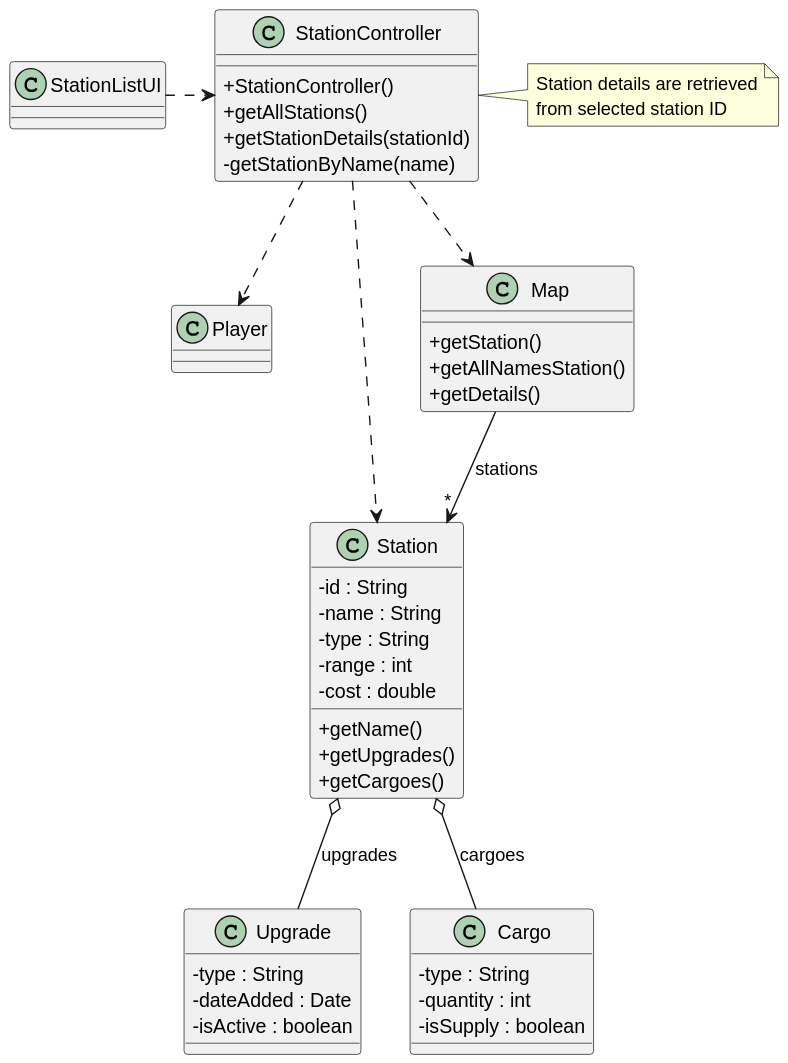
Earlier version of the PlantUML export docs/system-documentation/US007/03.design/svg/US007-CD.svg (1240826/empire-on-tracks). Its diagram source:
```plantuml
@startuml
skinparam packageStyle rectangle
skinparam shadowing false
skinparam linetype polyline

skinparam classAttributeIconSize 0


class Player {
}

class Station {
    - id : String
    - name : String
    - type : String
    - range : int
    - cost : double

    + getName()
    + getUpgrades()
    + getCargoes()
}

class Upgrade {
    - type : String
    - dateAdded : Date
    - isActive : boolean
}

class Cargo {
    - type : String
    - quantity : int
    - isSupply : boolean
}

class Map {
    + getStation()
    + getAllNamesStation()
    + getDetails()
}


class StationController {
    + StationController()
    + getAllStations()
    + getStationDetails(stationId)
    - getStationByName(name)
}

note right of StationController
    Station details are retrieved
    from selected station ID
end note



class StationListUI {
}

StationListUI .> StationController

StationController ..> Player
StationController ..> Station
StationController ..> Map


Map --> "*" Station : stations


Station  o--  Upgrade : upgrades
Station  o--  Cargo : cargoes
@enduml
```
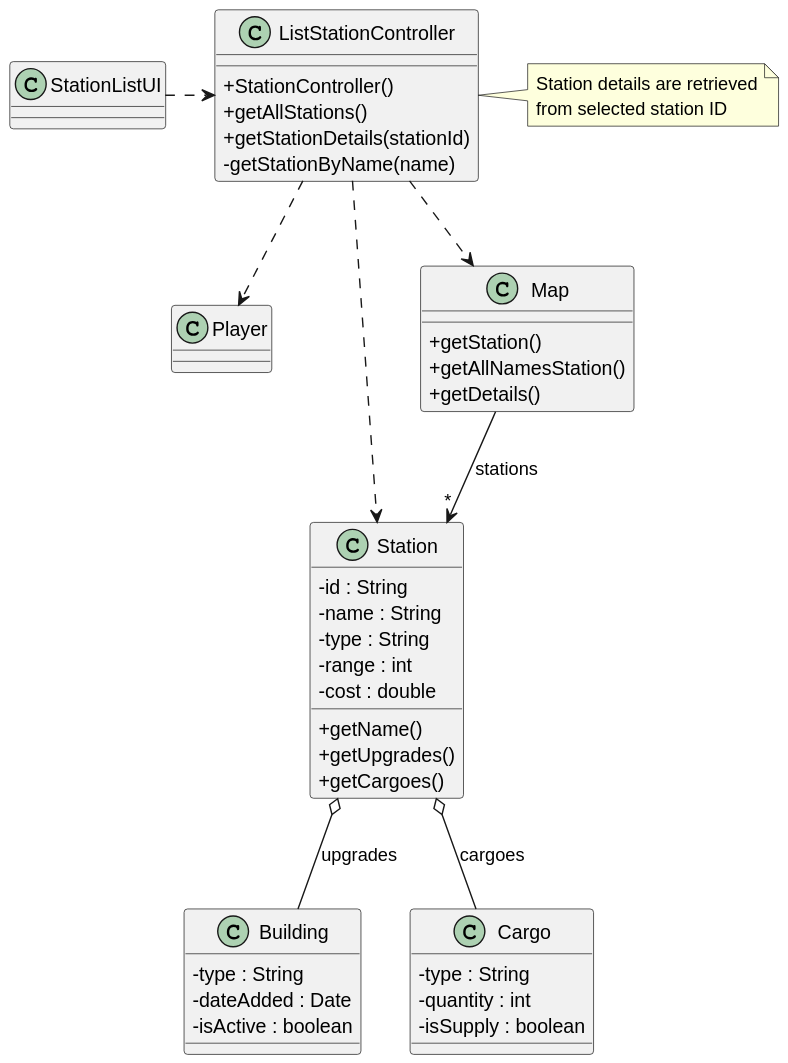
The same diagram one commit later.

Diff of the diagram source:
```diff
@@ -21,7 +21,7 @@
     + getCargoes()
 }
 
-class Upgrade {
+class Building {
     - type : String
     - dateAdded : Date
     - isActive : boolean
@@ -40,14 +40,14 @@
 }
 
 
-class StationController {
+class ListStationController {
     + StationController()
     + getAllStations()
     + getStationDetails(stationId)
     - getStationByName(name)
 }
 
-note right of StationController
+note right of ListStationController
     Station details are retrieved
     from selected station ID
 end note
@@ -57,16 +57,16 @@
 class StationListUI {
 }
 
-StationListUI .> StationController
+StationListUI .> ListStationController
 
-StationController ..> Player
-StationController ..> Station
-StationController ..> Map
+ListStationController ..> Player
+ListStationController ..> Station
+ListStationController ..> Map
 
 
 Map --> "*" Station : stations
 
 
-Station  o--  Upgrade : upgrades
+Station  o--  Building : upgrades
 Station  o--  Cargo : cargoes
 @enduml
```
